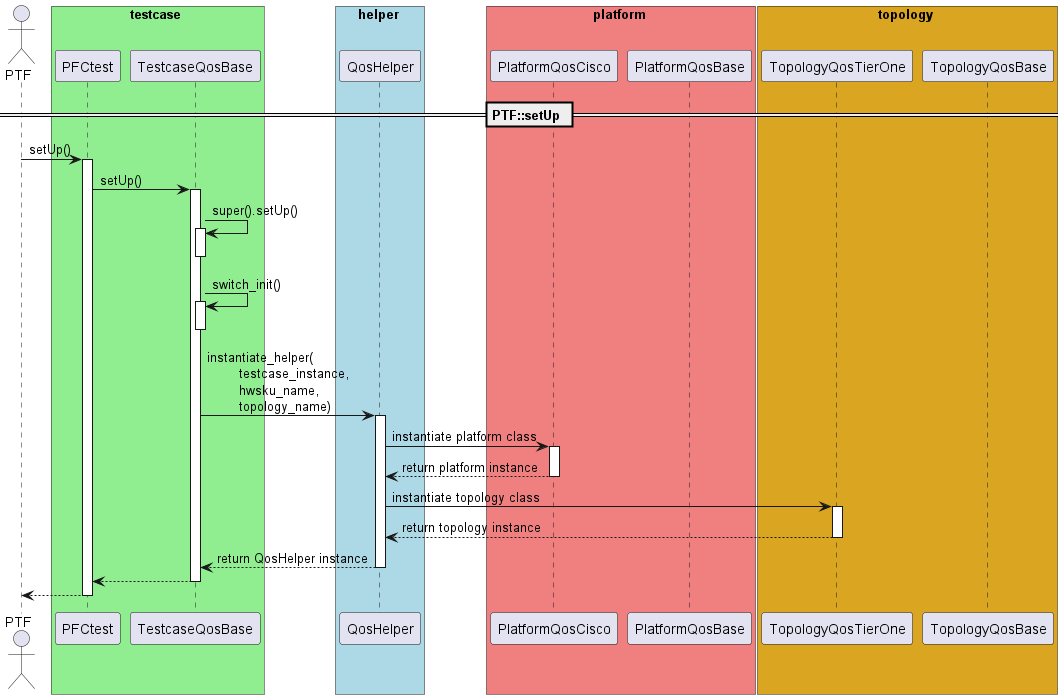
Earlier version of the PlantUML export tests/saitests/docs/images/saitest.refactor.sequence.Instantiate.png (sonic-net/sonic-mgmt). Its diagram source:
```plantuml
@startuml

actor PTF

box testcase #lightgreen
participant PFCtest
participant TestcaseQosBase
end box

box helper #lightblue
participant QosHelper
end box

box platform #lightcoral
participant PlatformQosCisco
participant PlatformQosBase
end box

box topology #goldenrod
participant TopologyQosTierOne
participant TopologyQosBase
end box

== PTF::setUp ==

PTF                 -> PFCtest            : setUp()
activate                                    PFCtest
PFCtest             -> TestcaseQosBase    : setUp()
activate                                    TestcaseQosBase
TestcaseQosBase     -> TestcaseQosBase    : super().setUp()
activate                                    TestcaseQosBase
deactivate                                  TestcaseQosBase
TestcaseQosBase     -> TestcaseQosBase    : switch_init()
activate                                    TestcaseQosBase
deactivate                                  TestcaseQosBase
TestcaseQosBase     -> QosHelper          : instantiate_helper(\n\ttestcase_instance,\n\thwsku_name,\n\ttopology_name)
activate                                    QosHelper
QosHelper           -> PlatformQosCisco   : instantiate platform class
activate                                    PlatformQosCisco
PlatformQosCisco   --> QosHelper          : return platform instance
deactivate                                  PlatformQosCisco
QosHelper           -> TopologyQosTierOne : instantiate topology class
activate                                    TopologyQosTierOne
TopologyQosTierOne --> QosHelper          : return topology instance
deactivate                                  TopologyQosTierOne
QosHelper          --> TestcaseQosBase    : return QosHelper instance
deactivate                                  QosHelper
TestcaseQosBase    --> PFCtest
deactivate                                  TestcaseQosBase
PFCtest            --> PTF
deactivate                                  PFCtest

@enduml
```
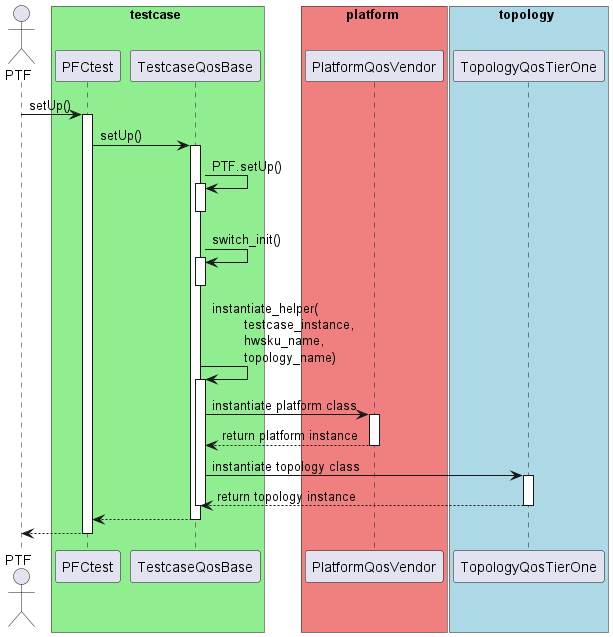
After the change.

Change to the diagram source:
```diff
@@ -7,44 +7,36 @@
 participant TestcaseQosBase
 end box
 
-box helper #lightblue
-participant QosHelper
+box platform #lightcoral
+participant PlatformQosVendor
 end box
 
-box platform #lightcoral
-participant PlatformQosCisco
-participant PlatformQosBase
+box topology #lightblue
+participant TopologyQosTierOne
 end box
 
-box topology #goldenrod
-participant TopologyQosTierOne
-participant TopologyQosBase
-end box
-
-== PTF::setUp ==
 
 PTF                 -> PFCtest            : setUp()
 activate                                    PFCtest
 PFCtest             -> TestcaseQosBase    : setUp()
 activate                                    TestcaseQosBase
-TestcaseQosBase     -> TestcaseQosBase    : super().setUp()
+TestcaseQosBase     -> TestcaseQosBase    : PTF.setUp()
 activate                                    TestcaseQosBase
 deactivate                                  TestcaseQosBase
 TestcaseQosBase     -> TestcaseQosBase    : switch_init()
 activate                                    TestcaseQosBase
 deactivate                                  TestcaseQosBase
-TestcaseQosBase     -> QosHelper          : instantiate_helper(\n\ttestcase_instance,\n\thwsku_name,\n\ttopology_name)
-activate                                    QosHelper
-QosHelper           -> PlatformQosCisco   : instantiate platform class
-activate                                    PlatformQosCisco
-PlatformQosCisco   --> QosHelper          : return platform instance
-deactivate                                  PlatformQosCisco
-QosHelper           -> TopologyQosTierOne : instantiate topology class
+TestcaseQosBase     -> TestcaseQosBase    : instantiate_helper(\n\ttestcase_instance,\n\thwsku_name,\n\ttopology_name)
+activate                                    TestcaseQosBase
+TestcaseQosBase     -> PlatformQosVendor   : instantiate platform class
+activate                                    PlatformQosVendor
+PlatformQosVendor   --> TestcaseQosBase    : return platform instance
+deactivate                                  PlatformQosVendor
+TestcaseQosBase     -> TopologyQosTierOne : instantiate topology class
 activate                                    TopologyQosTierOne
-TopologyQosTierOne --> QosHelper          : return topology instance
+TopologyQosTierOne --> TestcaseQosBase    : return topology instance
 deactivate                                  TopologyQosTierOne
-QosHelper          --> TestcaseQosBase    : return QosHelper instance
-deactivate                                  QosHelper
+deactivate                                  TestcaseQosBase
 TestcaseQosBase    --> PFCtest
 deactivate                                  TestcaseQosBase
 PFCtest            --> PTF
```
